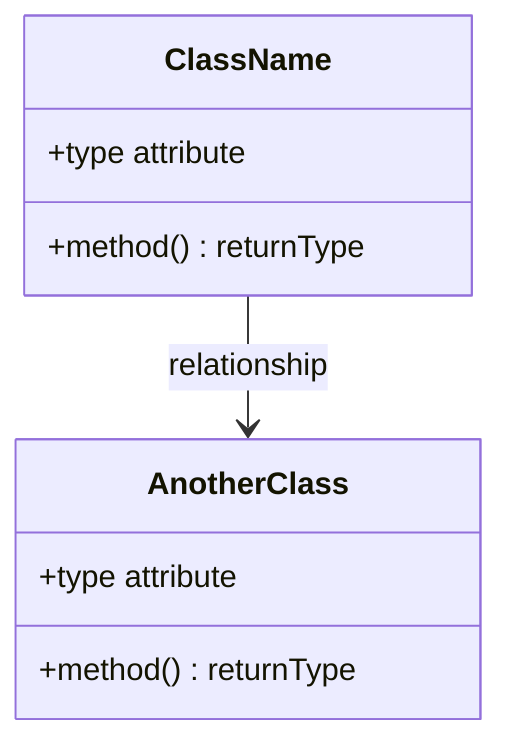
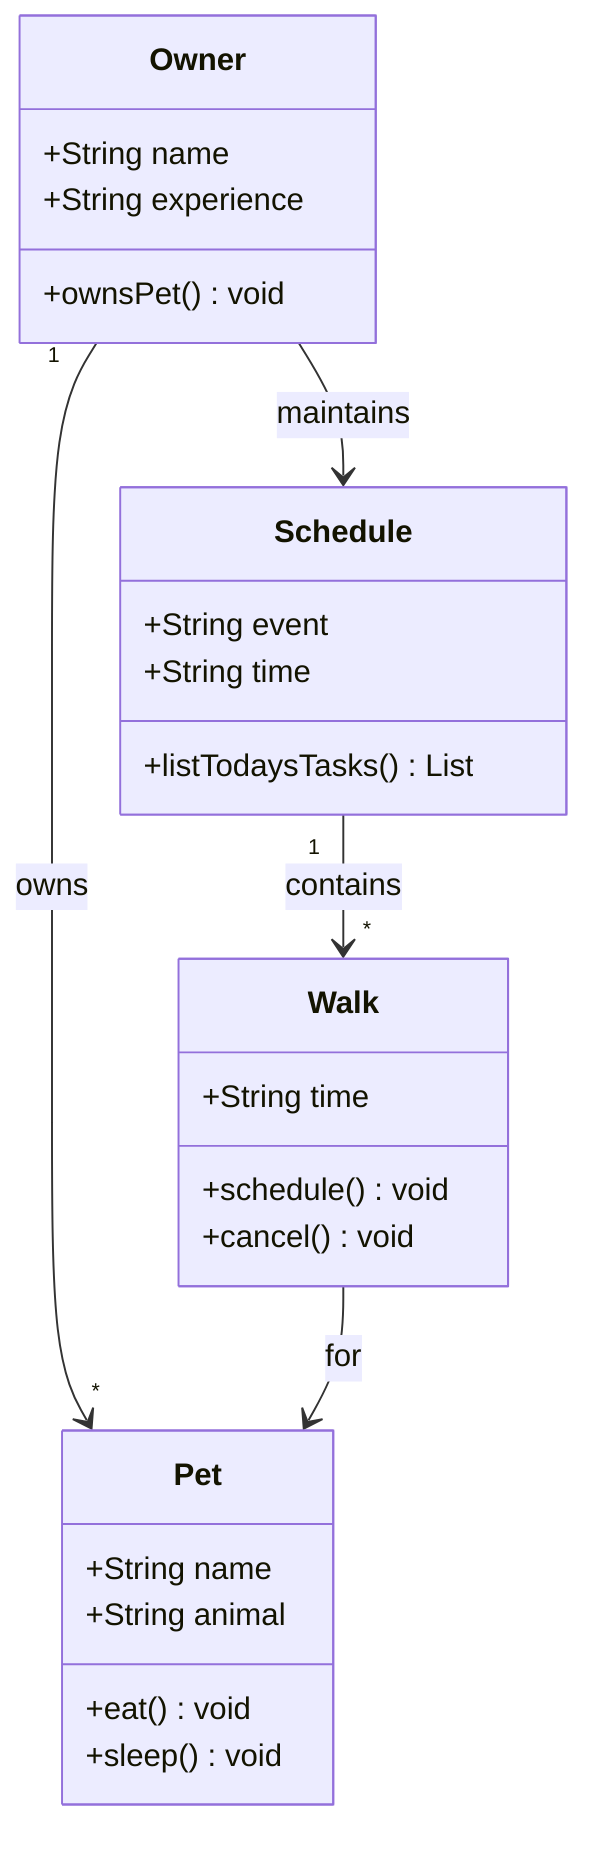
classDiagram
-     %% Replace the placeholders below with your actual classes, attributes, methods, and relationships.
-     %% Keep this file updated so it matches your final implementation.
+     %% PawPal+ class diagram based on initial UML brainstorm.
+     %% Core actions: add a pet, schedule a walk, see today's tasks.

-     class ClassName {
-         +type attribute
-         +method() returnType
+     class Owner {
+         +String name
+         +String experience
+         +ownsPet() void
    }

-     class AnotherClass {
-         +type attribute
-         +method() returnType
+     class Pet {
+         +String name
+         +String animal
+         +eat() void
+         +sleep() void
    }

-     ClassName --> AnotherClass : relationship
+     class Walk {
+         +String time
+         +schedule() void
+         +cancel() void
+     }
+ 
+     class Schedule {
+         +String event
+         +String time
+         +listTodaysTasks() List
+     }
+ 
+     Owner "1" --> "*" Pet : owns
+     Owner --> Schedule : maintains
+     Schedule "1" --> "*" Walk : contains
+     Walk --> Pet : for
